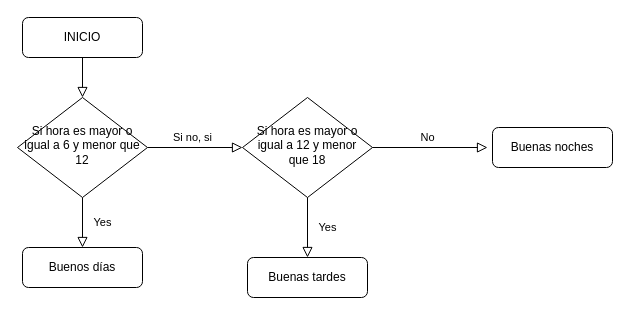
Earlier version of the draw.io diagram Untitled Diagram.drawio (juandacoga/misiontic). Source tidied: cells renumbered, new cells numbered last; positions are measured from the earlier drawing's top-left corner, leaving out a move shared by most shapes. Both pictures are drawn from the tidied source at 100%, with x=0, y=0 at pixel (17, 17).
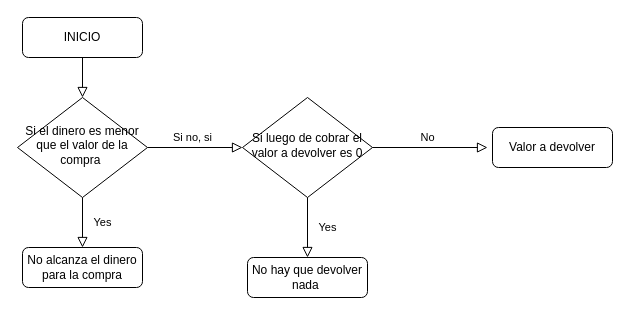
Above is the later version.

Diff of the diagram source:
```diff
@@
 <mxGraphModel>
   <root>
     <mxCell id="0" />
     <mxCell id="1" parent="0" />
     <mxCell id="2" style="rounded=0;html=1;jettySize=auto;fontSize=11;endArrow=block;endFill=0;endSize=8;strokeWidth=1;shadow=0;labelBackgroundColor=none;edgeStyle=orthogonalEdgeStyle;" parent="1" edge="1" source="3" target="6">
       <mxGeometry relative="1" as="geometry" />
     </mxCell>
     <mxCell id="3" value="INICIO" style="rounded=1;whiteSpace=wrap;html=1;fontSize=12;glass=0;strokeWidth=1;shadow=0;" parent="1" vertex="1">
       <mxGeometry x="5" width="120" height="40" as="geometry" />
     </mxCell>
     <mxCell id="4" value="Yes" style="rounded=0;html=1;jettySize=auto;fontSize=11;endArrow=block;endFill=0;endSize=8;strokeWidth=1;shadow=0;labelBackgroundColor=none;edgeStyle=orthogonalEdgeStyle;entryX=0.5;entryY=0;entryDx=0;entryDy=0;" parent="1" edge="1" source="6" target="8">
       <mxGeometry y="20" relative="1" as="geometry" />
     </mxCell>
     <mxCell id="5" value="Si no, si" style="edgeStyle=orthogonalEdgeStyle;rounded=0;html=1;jettySize=auto;fontSize=11;endArrow=block;endFill=0;endSize=8;strokeWidth=1;shadow=0;labelBackgroundColor=none;entryX=0;entryY=0.5;entryDx=0;entryDy=0;" parent="1" edge="1" source="6" target="9">
       <mxGeometry x="-0.05" y="10" relative="1" as="geometry" />
     </mxCell>
-    <mxCell id="6" value="Si hora es mayor o igual a 6 y menor que 12" style="rhombus;whiteSpace=wrap;html=1;shadow=0;fontFamily=Helvetica;fontSize=12;align=center;strokeWidth=1;spacing=6;spacingTop=-4;" parent="1" vertex="1">
+    <mxCell id="6" value="Si el dinero es menor que el valor de la compra&amp;nbsp;" style="rhombus;whiteSpace=wrap;html=1;shadow=0;fontFamily=Helvetica;fontSize=12;align=center;strokeWidth=1;spacing=6;spacingTop=-4;" parent="1" vertex="1">
       <mxGeometry y="80" width="130" height="100" as="geometry" />
     </mxCell>
-    <mxCell id="7" value="Buenas noches" style="rounded=1;whiteSpace=wrap;html=1;fontSize=12;glass=0;strokeWidth=1;shadow=0;" parent="1" vertex="1">
+    <mxCell id="7" value="Valor a devolver" style="rounded=1;whiteSpace=wrap;html=1;fontSize=12;glass=0;strokeWidth=1;shadow=0;" parent="1" vertex="1">
       <mxGeometry x="475" y="110" width="120" height="40" as="geometry" />
     </mxCell>
-    <mxCell id="8" value="Buenos días" style="rounded=1;whiteSpace=wrap;html=1;fontSize=12;glass=0;strokeWidth=1;shadow=0;" parent="1" vertex="1">
+    <mxCell id="8" value="No alcanza el dinero para la compra" style="rounded=1;whiteSpace=wrap;html=1;fontSize=12;glass=0;strokeWidth=1;shadow=0;" parent="1" vertex="1">
       <mxGeometry x="5" y="230" width="120" height="40" as="geometry" />
     </mxCell>
-    <mxCell id="9" value="Si hora es mayor o igual a 12 y menor que 18" style="rhombus;whiteSpace=wrap;html=1;shadow=0;fontFamily=Helvetica;fontSize=12;align=center;strokeWidth=1;spacing=6;spacingTop=-4;" parent="1" vertex="1">
+    <mxCell id="9" value="Si luego de cobrar el valor a devolver es 0" style="rhombus;whiteSpace=wrap;html=1;shadow=0;fontFamily=Helvetica;fontSize=12;align=center;strokeWidth=1;spacing=6;spacingTop=-4;" parent="1" vertex="1">
       <mxGeometry x="225" y="80" width="130" height="100" as="geometry" />
     </mxCell>
     <mxCell id="10" value="Yes" style="rounded=0;html=1;jettySize=auto;fontSize=11;endArrow=block;endFill=0;endSize=8;strokeWidth=1;shadow=0;labelBackgroundColor=none;edgeStyle=orthogonalEdgeStyle;exitX=0.5;exitY=1;exitDx=0;exitDy=0;entryX=0.5;entryY=0;entryDx=0;entryDy=0;" parent="1" edge="1" source="9" target="11">
       <mxGeometry y="20" relative="1" as="geometry" />
     </mxCell>
-    <mxCell id="11" value="Buenas tardes" style="rounded=1;whiteSpace=wrap;html=1;fontSize=12;glass=0;strokeWidth=1;shadow=0;" parent="1" vertex="1">
+    <mxCell id="11" value="No hay que devolver nada&amp;nbsp;" style="rounded=1;whiteSpace=wrap;html=1;fontSize=12;glass=0;strokeWidth=1;shadow=0;" parent="1" vertex="1">
       <mxGeometry x="230" y="240" width="120" height="40" as="geometry" />
     </mxCell>
     <mxCell id="12" value="No" style="edgeStyle=orthogonalEdgeStyle;rounded=0;html=1;jettySize=auto;fontSize=11;endArrow=block;endFill=0;endSize=8;strokeWidth=1;shadow=0;labelBackgroundColor=none;exitX=1;exitY=0.5;exitDx=0;exitDy=0;" parent="1" edge="1" source="9">
       <mxGeometry x="-0.05" y="10" relative="1" as="geometry">
         <mxPoint x="470" y="130" as="targetPoint" />
       </mxGeometry>
     </mxCell>
   </root>
 </mxGraphModel>
```
